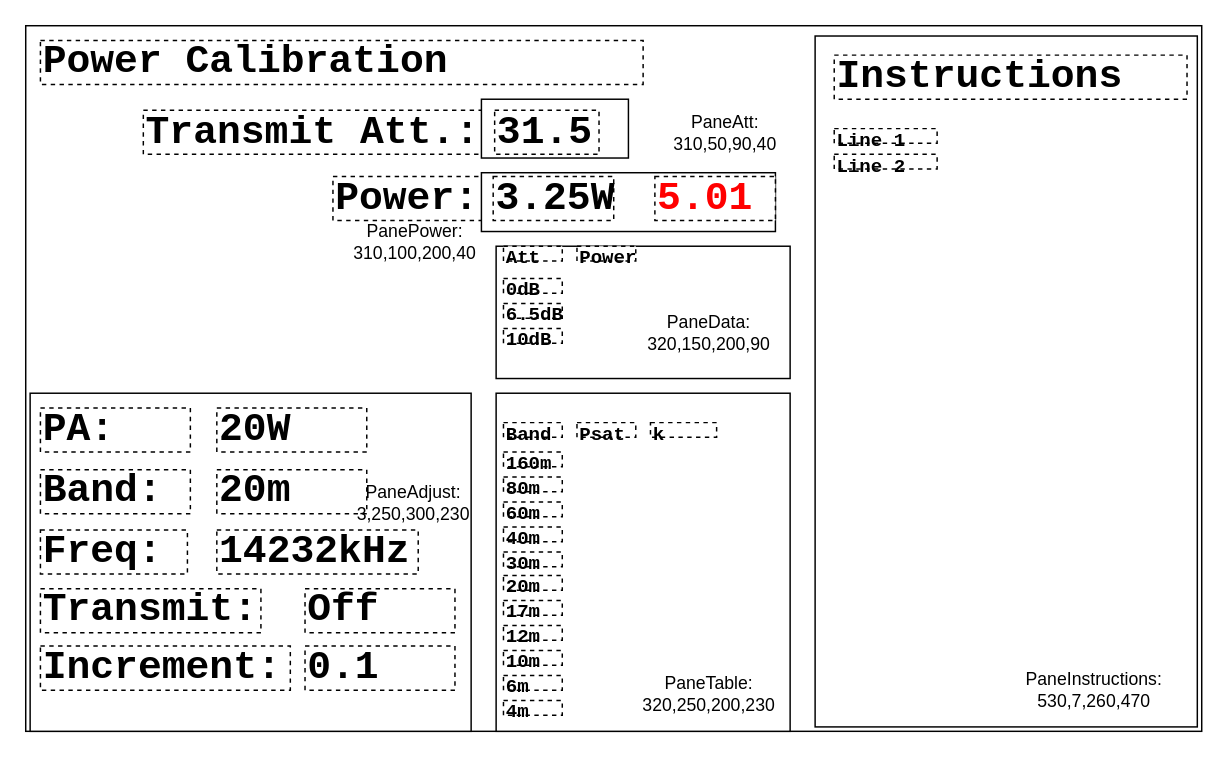
This is page "Power Cal" (5 of 7) of code/docs/window_panes.drawio from KI3P/Phoenix, a draw.io file, before an edit. Source tidied: cells renumbered, new cells numbered last; positions are measured from the earlier drawing's top-left corner, leaving out a move shared by most shapes. Both pictures are drawn from the tidied source at 147%, with x=0, y=0 at pixel (25, 25).
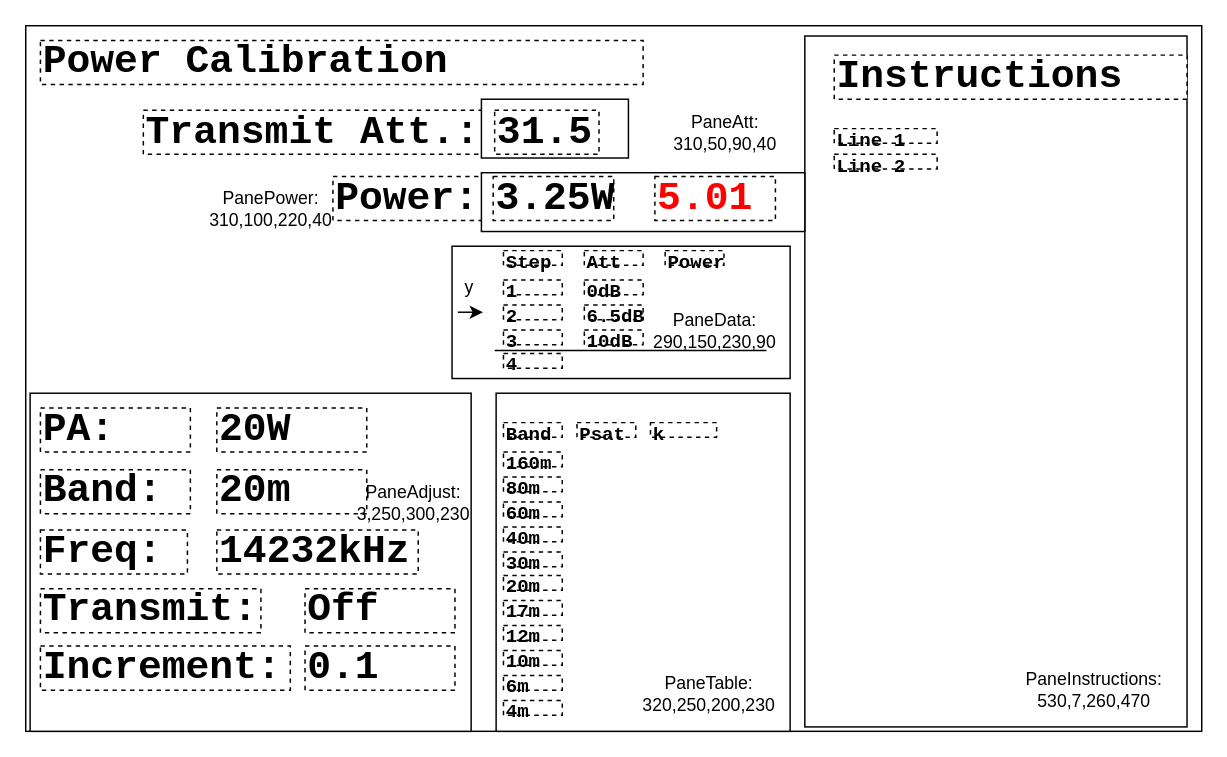
The same page after the edit.

Commit message (it also covers changes not shown here):
Some beautification of the power cal window

The edit, as a diff of the source:
```diff
@@
     <mxCell id="25" style="rounded=0;whiteSpace=wrap;html=1;" parent="1" vertex="1">
-      <mxGeometry x="537" y="7" width="260" height="470" as="geometry" />
+      <mxGeometry x="530" y="7" width="260" height="470" as="geometry" />
     </mxCell>
@@
     <mxCell id="37" style="rounded=0;whiteSpace=wrap;html=1;" parent="1" vertex="1">
-      <mxGeometry x="310" y="100" width="200" height="40" as="geometry" />
+      <mxGeometry x="310" y="100" width="220" height="40" as="geometry" />
     </mxCell>
@@
-    <mxCell id="39" value="PanePower: 310,100,2&lt;span style=&quot;background-color: transparent; color: light-dark(rgb(0, 0, 0), rgb(255, 255, 255));&quot;&gt;00,40&lt;/span&gt;" style="text;html=1;whiteSpace=wrap;strokeColor=none;fillColor=none;align=center;verticalAlign=middle;rounded=0;" parent="1" vertex="1">
-      <mxGeometry x="210" y="122" width="110" height="50" as="geometry" />
+    <mxCell id="39" value="PanePower: 310,100,22&lt;span style=&quot;background-color: transparent; color: light-dark(rgb(0, 0, 0), rgb(255, 255, 255));&quot;&gt;0,40&lt;/span&gt;" style="text;html=1;whiteSpace=wrap;strokeColor=none;fillColor=none;align=center;verticalAlign=middle;rounded=0;" parent="1" vertex="1">
+      <mxGeometry x="112" y="100" width="110" height="50" as="geometry" />
     </mxCell>
@@
     <mxCell id="42" style="rounded=0;whiteSpace=wrap;html=1;" parent="1" vertex="1">
-      <mxGeometry x="320" y="150" width="200" height="90" as="geometry" />
+      <mxGeometry x="290" y="150" width="230" height="90" as="geometry" />
     </mxCell>
     <mxCell id="43" value="&lt;font style=&quot;font-size: 13px;&quot;&gt;Att&lt;/font&gt;" style="rounded=0;whiteSpace=wrap;html=1;fontFamily=Courier New;fontSize=27;fontStyle=1;align=left;dashed=1;" parent="1" vertex="1">
-      <mxGeometry x="325" y="150" width="40" height="10" as="geometry" />
+      <mxGeometry x="380" y="153" width="40" height="10" as="geometry" />
     </mxCell>
     <mxCell id="44" value="&lt;font style=&quot;font-size: 13px;&quot;&gt;Power&lt;/font&gt;" style="rounded=0;whiteSpace=wrap;html=1;fontFamily=Courier New;fontSize=27;fontStyle=1;align=left;dashed=1;" parent="1" vertex="1">
-      <mxGeometry x="375" y="150" width="40" height="10" as="geometry" />
+      <mxGeometry x="435" y="153" width="40" height="10" as="geometry" />
     </mxCell>
     <mxCell id="45" value="&lt;font style=&quot;font-size: 13px;&quot;&gt;0dB&lt;/font&gt;" style="rounded=0;whiteSpace=wrap;html=1;fontFamily=Courier New;fontSize=27;fontStyle=1;align=left;dashed=1;" parent="1" vertex="1">
-      <mxGeometry x="325" y="172" width="40" height="10" as="geometry" />
+      <mxGeometry x="380" y="173" width="40" height="10" as="geometry" />
     </mxCell>
     <mxCell id="46" value="&lt;font style=&quot;font-size: 13px;&quot;&gt;6.5dB&lt;/font&gt;" style="rounded=0;whiteSpace=wrap;html=1;fontFamily=Courier New;fontSize=27;fontStyle=1;align=left;dashed=1;" parent="1" vertex="1">
-      <mxGeometry x="325" y="189" width="40" height="10" as="geometry" />
+      <mxGeometry x="380" y="190" width="40" height="10" as="geometry" />
     </mxCell>
     <mxCell id="47" value="&lt;font style=&quot;font-size: 13px;&quot;&gt;10dB&lt;/font&gt;" style="rounded=0;whiteSpace=wrap;html=1;fontFamily=Courier New;fontSize=27;fontStyle=1;align=left;dashed=1;" parent="1" vertex="1">
-      <mxGeometry x="325" y="206" width="40" height="10" as="geometry" />
+      <mxGeometry x="380" y="207" width="40" height="10" as="geometry" />
     </mxCell>
-    <mxCell id="48" value="PaneData: 320,150,200,90" style="text;html=1;whiteSpace=wrap;strokeColor=none;fillColor=none;align=center;verticalAlign=middle;rounded=0;" parent="1" vertex="1">
-      <mxGeometry x="410" y="184" width="110" height="50" as="geometry" />
+    <mxCell id="48" value="PaneData: 290,150,230,90" style="text;html=1;whiteSpace=wrap;strokeColor=none;fillColor=none;align=center;verticalAlign=middle;rounded=0;" parent="1" vertex="1">
+      <mxGeometry x="414" y="183" width="110" height="50" as="geometry" />
     </mxCell>
@@
+    <mxCell id="53" value="&lt;font style=&quot;font-size: 13px;&quot;&gt;Step&lt;/font&gt;" style="rounded=0;whiteSpace=wrap;html=1;fontFamily=Courier New;fontSize=27;fontStyle=1;align=left;dashed=1;" parent="1" vertex="1">
+      <mxGeometry x="325" y="153" width="40" height="10" as="geometry" />
+    </mxCell>
+    <mxCell id="54" style="endArrow=classic;html=1;rounded=0;" parent="1" edge="1">
+      <mxGeometry relative="1" as="geometry">
+        <mxPoint x="294" y="194.9" as="sourcePoint" />
+        <mxPoint x="311" y="194.9" as="targetPoint" />
+      </mxGeometry>
+    </mxCell>
+    <mxCell id="55" value="y" style="text;html=1;whiteSpace=wrap;strokeColor=none;fillColor=none;align=center;verticalAlign=middle;rounded=0;" parent="1" vertex="1">
+      <mxGeometry x="292" y="169.5" width="20" height="17" as="geometry" />
+    </mxCell>
+    <mxCell id="56" style="endArrow=none;html=1;rounded=0;" parent="1" edge="1">
+      <mxGeometry relative="1" as="geometry">
+        <mxPoint x="319" y="221" as="sourcePoint" />
+        <mxPoint x="504" y="221" as="targetPoint" />
+      </mxGeometry>
+    </mxCell>
+    <mxCell id="57" value="&lt;font style=&quot;font-size: 13px;&quot;&gt;1&lt;/font&gt;" style="rounded=0;whiteSpace=wrap;html=1;fontFamily=Courier New;fontSize=27;fontStyle=1;align=left;dashed=1;" parent="1" vertex="1">
+      <mxGeometry x="325" y="173" width="40" height="10" as="geometry" />
+    </mxCell>
+    <mxCell id="58" value="&lt;font style=&quot;font-size: 13px;&quot;&gt;4&lt;/font&gt;" style="rounded=0;whiteSpace=wrap;html=1;fontFamily=Courier New;fontSize=27;fontStyle=1;align=left;dashed=1;" parent="1" vertex="1">
+      <mxGeometry x="325" y="223" width="40" height="10" as="geometry" />
+    </mxCell>
+    <mxCell id="59" value="&lt;span style=&quot;font-size: 13px;&quot;&gt;2&lt;/span&gt;" style="rounded=0;whiteSpace=wrap;html=1;fontFamily=Courier New;fontSize=27;fontStyle=1;align=left;dashed=1;" parent="1" vertex="1">
+      <mxGeometry x="325" y="190" width="40" height="10" as="geometry" />
+    </mxCell>
+    <mxCell id="60" value="&lt;span style=&quot;font-size: 13px;&quot;&gt;3&lt;/span&gt;" style="rounded=0;whiteSpace=wrap;html=1;fontFamily=Courier New;fontSize=27;fontStyle=1;align=left;dashed=1;" parent="1" vertex="1">
+      <mxGeometry x="325" y="207" width="40" height="10" as="geometry" />
+    </mxCell>
```
